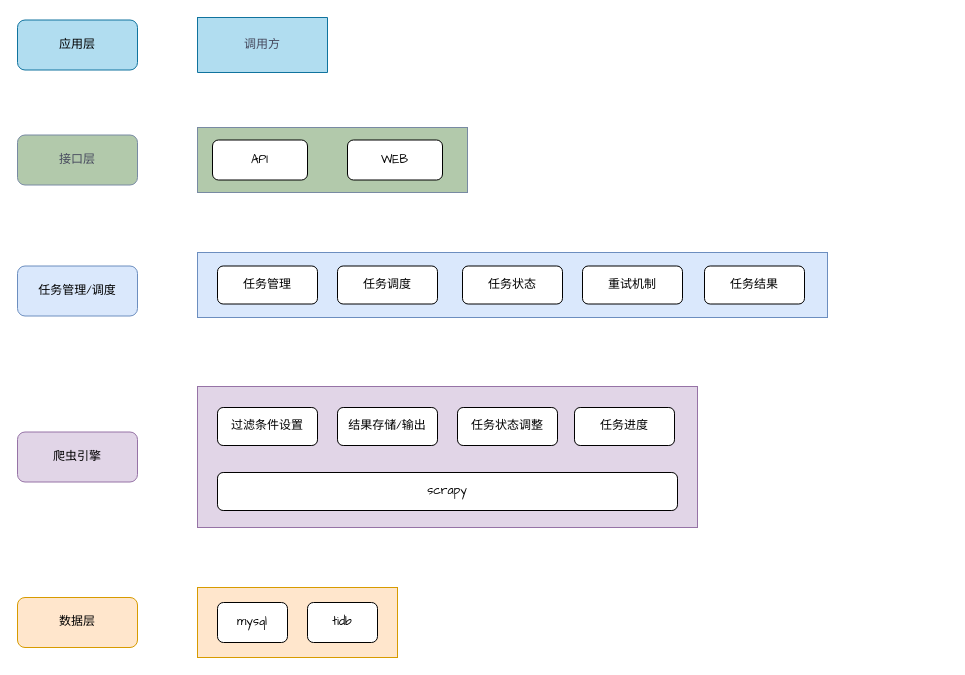
Above: page "crawl-build" (3 of 3) of seo.drawio in silan-liu/drawio (draw.io), before the change. Source tidied: cells renumbered, new cells numbered last; positions are measured from the earlier drawing's top-left corner, leaving out a move shared by most shapes. Both pictures are drawn from the tidied source at 100%, with x=0, y=0 at pixel (17, 17).
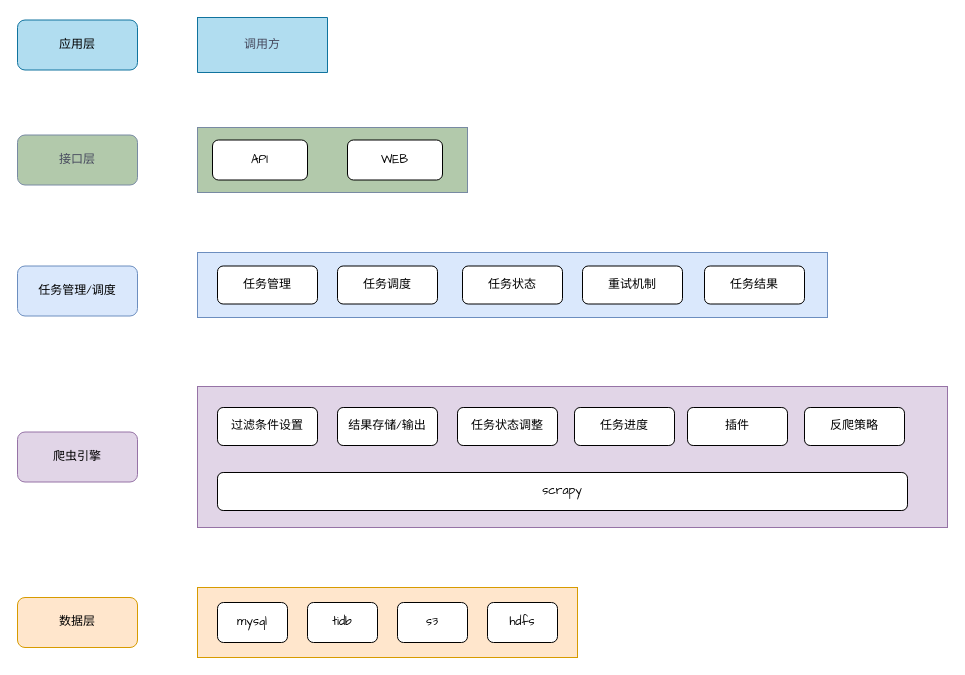
Above is the later version.

What changed in the source:
```diff
@@
     <mxCell id="3" style="rounded=0;whiteSpace=wrap;html=1;fillColor=#ffe6cc;strokeColor=#d79b00;fontFamily=Comic Sans MS;fontSize=12;" parent="1" vertex="1">
-      <mxGeometry x="180" y="570" width="200" height="70" as="geometry" />
+      <mxGeometry x="180" y="570" width="380" height="70" as="geometry" />
     </mxCell>
@@
     <mxCell id="6" style="rounded=0;whiteSpace=wrap;html=1;fillColor=#e1d5e7;strokeColor=#9673a6;fontFamily=Comic Sans MS;fontSize=12;" parent="1" vertex="1">
-      <mxGeometry x="180" y="369" width="500" height="141" as="geometry" />
+      <mxGeometry x="180" y="369" width="750" height="141" as="geometry" />
     </mxCell>
     <mxCell id="7" value="scrapy" style="rounded=1;whiteSpace=wrap;html=1;comic=0;fontFamily=Comic Sans MS;fontSize=12;" parent="1" vertex="1">
-      <mxGeometry x="200" y="455" width="460" height="38" as="geometry" />
+      <mxGeometry x="200" y="455" width="690" height="38" as="geometry" />
     </mxCell>
@@
+    <mxCell id="28" value="插件" style="rounded=1;whiteSpace=wrap;html=1;comic=0;fontFamily=Comic Sans MS;fontSize=12;" parent="1" vertex="1">
+      <mxGeometry x="670" y="390" width="100" height="38" as="geometry" />
+    </mxCell>
+    <mxCell id="29" value="反爬策略" style="rounded=1;whiteSpace=wrap;html=1;comic=0;fontFamily=Comic Sans MS;fontSize=12;" parent="1" vertex="1">
+      <mxGeometry x="787" y="390" width="100" height="38" as="geometry" />
+    </mxCell>
+    <mxCell id="30" value="s3" style="rounded=1;whiteSpace=wrap;html=1;comic=0;fontFamily=Comic Sans MS;fontSize=12;" parent="1" vertex="1">
+      <mxGeometry x="380" y="585" width="70" height="40" as="geometry" />
+    </mxCell>
+    <mxCell id="31" value="hdfs" style="rounded=1;whiteSpace=wrap;html=1;comic=0;fontFamily=Comic Sans MS;fontSize=12;" parent="1" vertex="1">
+      <mxGeometry x="470" y="585" width="70" height="40" as="geometry" />
+    </mxCell>
```
